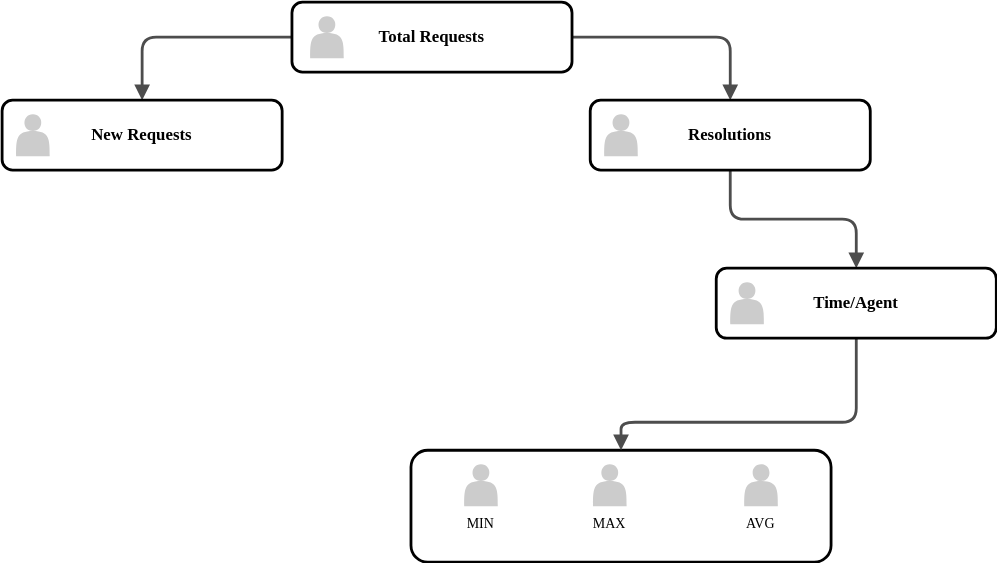
The draw.io diagram newtest.svg in psosnowski/svg-test, before a commit. Source tidied: cells renumbered, new cells last; positions are measured from the earlier drawing's top-left corner, leaving out a move shared by most shapes.
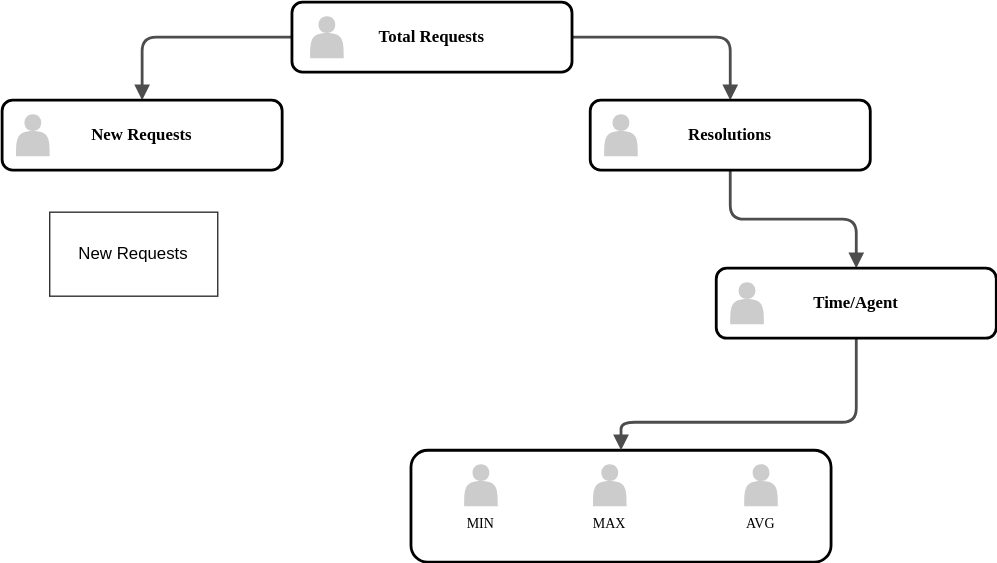
The same diagram one commit later.

Change to the diagram source:
```diff
@@ -55,5 +55,8 @@
     <mxCell id="17" style="shape=actor;whiteSpace=wrap;html=1;rounded=0;shadow=0;comic=0;strokeWidth=1;fillColor=#CCCCCC;fontFamily=Verdana;align=center;strokeColor=none;fontSize=12;fontStyle=1;" parent="1" vertex="1">
       <mxGeometry x="520" y="200" width="24" height="30" as="geometry" />
     </mxCell>
+    <mxCell id="18" value="New Requests" style="rounded=0;whiteSpace=wrap;html=1;strokeColor=#333333;fontColor=#000000;labelBackgroundColor=none;fillColor=none;noLabel=0;imageWidth=24;" parent="1" vertex="1">
+      <mxGeometry x="34" y="150" width="120" height="60" as="geometry" />
+    </mxCell>
   </root>
 </mxGraphModel>
```
